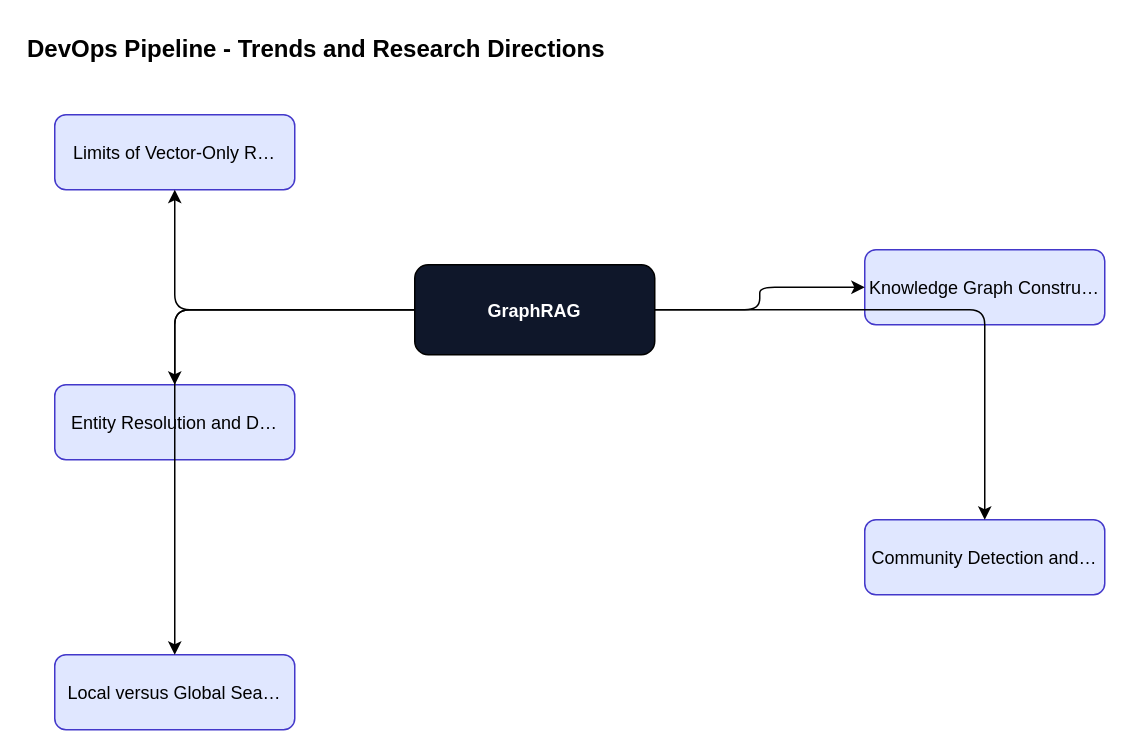
Earlier version of the draw.io diagram content/graphrag/graphrag-foundations/diagrams/fig-032-devops-pipeline.drawio (ankit05121980/AI-University). Source tidied: cells renumbered, new cells numbered last; positions are measured from the earlier drawing's top-left corner, leaving out a move shared by most shapes. Both pictures are drawn from the tidied source at 150%, with x=0, y=0 at pixel (24, 24).
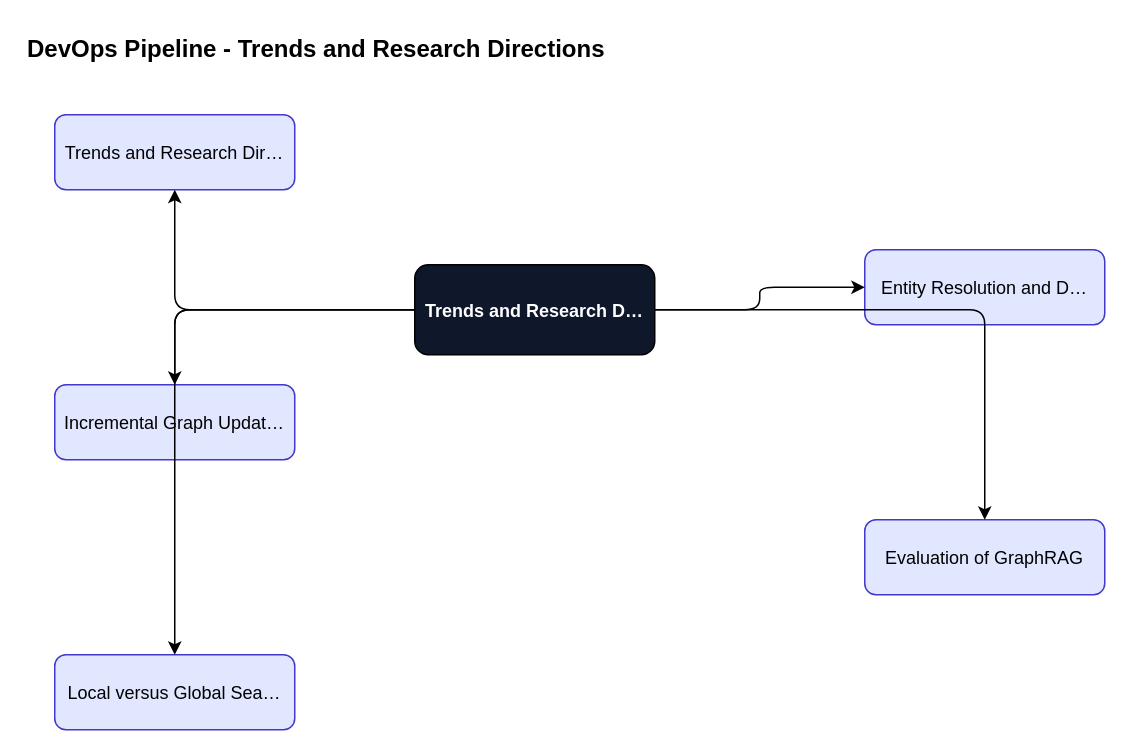
The same diagram, later.

What changed in the source:
```diff
@@
 <mxGraphModel>
   <root>
     <mxCell id="0" />
     <mxCell id="1" parent="0" />
     <mxCell id="2" value="DevOps Pipeline - Trends and Research Directions" style="text;fontSize=16;fontStyle=1;" parent="1" vertex="1">
       <mxGeometry width="600" height="30" as="geometry" />
     </mxCell>
-    <mxCell id="3" value="GraphRAG" style="rounded=1;fillColor=#0f172a;fontColor=#ffffff;fontStyle=1;" parent="1" vertex="1">
+    <mxCell id="3" value="Trends and Research D…" style="rounded=1;fillColor=#0f172a;fontColor=#ffffff;fontStyle=1;" parent="1" vertex="1">
       <mxGeometry x="260" y="160" width="160" height="60" as="geometry" />
     </mxCell>
-    <mxCell id="4" value="Limits of Vector-Only R…" style="rounded=1;fillColor=#e0e7ff;strokeColor=#4338ca;" parent="1" vertex="1">
+    <mxCell id="4" value="Trends and Research Dir…" style="rounded=1;fillColor=#e0e7ff;strokeColor=#4338ca;" parent="1" vertex="1">
       <mxGeometry x="20" y="60" width="160" height="50" as="geometry" />
     </mxCell>
     <mxCell id="5" style="edgeStyle=orthogonalEdgeStyle;" parent="1" edge="1" source="3" target="4">
       <mxGeometry relative="1" as="geometry" />
     </mxCell>
-    <mxCell id="6" value="Knowledge Graph Constru…" style="rounded=1;fillColor=#e0e7ff;strokeColor=#4338ca;" parent="1" vertex="1">
+    <mxCell id="6" value="Entity Resolution and D…" style="rounded=1;fillColor=#e0e7ff;strokeColor=#4338ca;" parent="1" vertex="1">
       <mxGeometry x="560" y="150" width="160" height="50" as="geometry" />
     </mxCell>
     <mxCell id="7" style="edgeStyle=orthogonalEdgeStyle;" parent="1" edge="1" source="3" target="6">
       <mxGeometry relative="1" as="geometry" />
     </mxCell>
-    <mxCell id="8" value="Entity Resolution and D…" style="rounded=1;fillColor=#e0e7ff;strokeColor=#4338ca;" parent="1" vertex="1">
+    <mxCell id="8" value="Incremental Graph Updat…" style="rounded=1;fillColor=#e0e7ff;strokeColor=#4338ca;" parent="1" vertex="1">
       <mxGeometry x="20" y="240" width="160" height="50" as="geometry" />
     </mxCell>
     <mxCell id="9" style="edgeStyle=orthogonalEdgeStyle;" parent="1" edge="1" source="3" target="8">
       <mxGeometry relative="1" as="geometry" />
     </mxCell>
-    <mxCell id="10" value="Community Detection and…" style="rounded=1;fillColor=#e0e7ff;strokeColor=#4338ca;" parent="1" vertex="1">
+    <mxCell id="10" value="Evaluation of GraphRAG" style="rounded=1;fillColor=#e0e7ff;strokeColor=#4338ca;" parent="1" vertex="1">
       <mxGeometry x="560" y="330" width="160" height="50" as="geometry" />
     </mxCell>
     <mxCell id="11" style="edgeStyle=orthogonalEdgeStyle;" parent="1" edge="1" source="3" target="10">
       <mxGeometry relative="1" as="geometry" />
     </mxCell>
     <mxCell id="12" value="Local versus Global Sea…" style="rounded=1;fillColor=#e0e7ff;strokeColor=#4338ca;" parent="1" vertex="1">
       <mxGeometry x="20" y="420" width="160" height="50" as="geometry" />
     </mxCell>
     <mxCell id="13" style="edgeStyle=orthogonalEdgeStyle;" parent="1" edge="1" source="3" target="12">
       <mxGeometry relative="1" as="geometry" />
     </mxCell>
   </root>
 </mxGraphModel>
```
